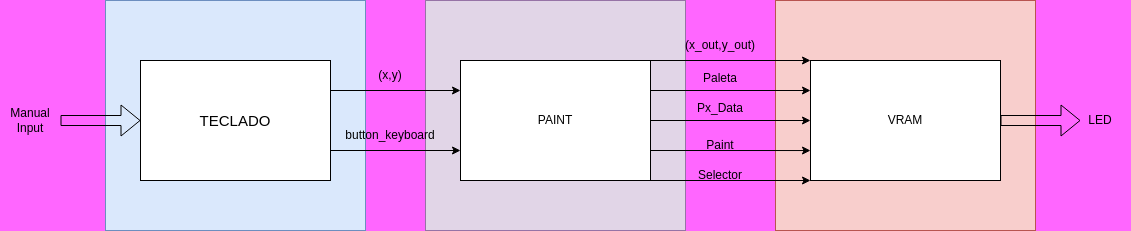
safehehe/PTSD1 keeps this draw.io diagram as retro_paint/diagrams/distribucion.png. Above is the earlier version. Source tidied: cells renumbered, new cells last; positions are measured from the earlier drawing's top-left corner, leaving out a move shared by most shapes.
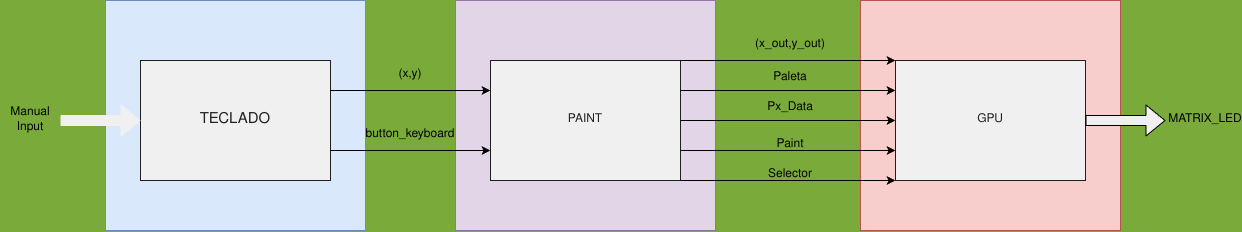
Later version of the same file.

Diff of the diagram source:
```diff
@@ -1,4 +1,4 @@
-<mxGraphModel background="#FF66FF">
+<mxGraphModel background="#7AAB3A">
   <root>
     <mxCell id="0" />
     <mxCell id="1" parent="0" />
@@ -6,86 +6,78 @@
       <mxGeometry x="425" width="260" height="230" as="geometry" />
     </mxCell>
     <mxCell id="3" style="rounded=0;whiteSpace=wrap;html=1;fillColor=#f8cecc;strokeColor=#b85450;" parent="1" vertex="1">
-      <mxGeometry x="775" width="260" height="230" as="geometry" />
+      <mxGeometry x="830" width="260" height="230" as="geometry" />
     </mxCell>
     <mxCell id="4" style="rounded=0;whiteSpace=wrap;html=1;fillColor=#dae8fc;strokeColor=#6c8ebf;" parent="1" vertex="1">
-      <mxGeometry x="105" width="260" height="230" as="geometry" />
+      <mxGeometry x="75" width="260" height="230" as="geometry" />
     </mxCell>
-    <mxCell id="5" value="&lt;font style=&quot;font-size: 15px;&quot;&gt;TECLADO&lt;/font&gt;" style="rounded=0;whiteSpace=wrap;html=1;" parent="1" vertex="1">
-      <mxGeometry x="140" y="60" width="190" height="120" as="geometry" />
+    <mxCell id="5" value="&lt;font style=&quot;font-size: 15px;&quot;&gt;TECLADO&lt;/font&gt;" style="rounded=0;whiteSpace=wrap;html=1;fillColor=#F0F0F0;fontColor=#1F1F1F;strokeColor=#1F1F1F;" parent="1" vertex="1">
+      <mxGeometry x="110" y="60" width="190" height="120" as="geometry" />
     </mxCell>
-    <mxCell id="6" value="PAINT" style="rounded=0;whiteSpace=wrap;html=1;" parent="1" vertex="1">
+    <mxCell id="6" value="PAINT" style="rounded=0;whiteSpace=wrap;html=1;fontColor=#1F1F1F;fillColor=#F0F0F0;strokeColor=#1F1F1F;" parent="1" vertex="1">
       <mxGeometry x="460" y="60" width="190" height="120" as="geometry" />
     </mxCell>
-    <mxCell id="7" value="VRAM" style="rounded=0;whiteSpace=wrap;html=1;" parent="1" vertex="1">
-      <mxGeometry x="810" y="60" width="190" height="120" as="geometry" />
+    <mxCell id="7" value="GPU" style="rounded=0;whiteSpace=wrap;html=1;fontColor=#1F1F1F;fillColor=#F0F0F0;strokeColor=#1F1F1F;" parent="1" vertex="1">
+      <mxGeometry x="865" y="60" width="190" height="120" as="geometry" />
     </mxCell>
-    <mxCell id="8" style="edgeStyle=none;html=1;entryX=0;entryY=0.5;entryDx=0;entryDy=0;shape=flexArrow;" parent="1" edge="1" source="9" target="5">
+    <mxCell id="8" style="edgeStyle=none;html=1;entryX=0;entryY=0.5;entryDx=0;entryDy=0;shape=flexArrow;fillColor=#F0F0F0;strokeColor=#F0F0F0;" parent="1" edge="1" source="9" target="5">
       <mxGeometry relative="1" as="geometry" />
     </mxCell>
     <mxCell id="9" value="Manual Input" style="text;html=1;align=center;verticalAlign=middle;whiteSpace=wrap;rounded=0;" parent="1" vertex="1">
-      <mxGeometry y="105" width="60" height="30" as="geometry" />
+      <mxGeometry x="-30" y="105" width="60" height="30" as="geometry" />
     </mxCell>
-    <mxCell id="10" style="endArrow=classic;html=1;entryX=0;entryY=0.25;entryDx=0;entryDy=0;" parent="1" edge="1" target="6">
-      <mxGeometry relative="1" as="geometry">
-        <mxPoint x="330" y="90" as="sourcePoint" />
-      </mxGeometry>
+    <mxCell id="10" style="endArrow=classic;html=1;entryX=0;entryY=0.25;entryDx=0;entryDy=0;exitX=1;exitY=0.25;exitDx=0;exitDy=0;" parent="1" edge="1" source="5" target="6">
+      <mxGeometry relative="1" as="geometry" />
     </mxCell>
     <mxCell id="11" value="(x,y)" style="text;html=1;align=center;verticalAlign=middle;whiteSpace=wrap;rounded=0;" parent="1" vertex="1">
-      <mxGeometry x="360" y="60" width="60" height="30" as="geometry" />
+      <mxGeometry x="350" y="60" width="60" height="30" as="geometry" />
     </mxCell>
-    <mxCell id="12" style="endArrow=classic;html=1;entryX=0;entryY=0.75;entryDx=0;entryDy=0;" parent="1" edge="1" target="6">
-      <mxGeometry relative="1" as="geometry">
-        <mxPoint x="330" y="150" as="sourcePoint" />
-      </mxGeometry>
+    <mxCell id="12" style="endArrow=classic;html=1;entryX=0;entryY=0.75;entryDx=0;entryDy=0;exitX=1;exitY=0.75;exitDx=0;exitDy=0;" parent="1" edge="1" source="5" target="6">
+      <mxGeometry relative="1" as="geometry" />
     </mxCell>
     <mxCell id="13" value="button_keyboard" style="text;html=1;align=center;verticalAlign=middle;whiteSpace=wrap;rounded=0;" parent="1" vertex="1">
-      <mxGeometry x="360" y="120" width="60" height="30" as="geometry" />
+      <mxGeometry x="350" y="120" width="60" height="30" as="geometry" />
     </mxCell>
-    <mxCell id="14" style="endArrow=classic;html=1;entryX=0;entryY=0.25;entryDx=0;entryDy=0;" parent="1" edge="1">
+    <mxCell id="14" style="endArrow=classic;html=1;entryX=0;entryY=0;entryDx=0;entryDy=0;" parent="1" edge="1" target="7">
       <mxGeometry relative="1" as="geometry">
         <mxPoint x="650" y="60" as="sourcePoint" />
-        <mxPoint x="810" y="60" as="targetPoint" />
       </mxGeometry>
     </mxCell>
     <mxCell id="15" value="(x_out,y_out)" style="text;html=1;align=center;verticalAlign=middle;whiteSpace=wrap;rounded=0;" parent="1" vertex="1">
-      <mxGeometry x="690" y="30" width="60" height="30" as="geometry" />
+      <mxGeometry x="730" y="30" width="60" height="30" as="geometry" />
     </mxCell>
-    <mxCell id="16" style="endArrow=classic;html=1;entryX=0;entryY=0.5;entryDx=0;entryDy=0;" parent="1" edge="1">
+    <mxCell id="16" style="endArrow=classic;html=1;entryX=0;entryY=0.25;entryDx=0;entryDy=0;" parent="1" edge="1" target="7">
       <mxGeometry relative="1" as="geometry">
         <mxPoint x="650" y="90" as="sourcePoint" />
-        <mxPoint x="810" y="90" as="targetPoint" />
       </mxGeometry>
     </mxCell>
     <mxCell id="17" value="Paleta&lt;div&gt;&lt;br&gt;&lt;/div&gt;" style="text;html=1;align=center;verticalAlign=middle;whiteSpace=wrap;rounded=0;" parent="1" vertex="1">
-      <mxGeometry x="690" y="70" width="60" height="30" as="geometry" />
+      <mxGeometry x="730" y="70" width="60" height="30" as="geometry" />
     </mxCell>
-    <mxCell id="18" style="endArrow=classic;html=1;entryX=0;entryY=0.75;entryDx=0;entryDy=0;" parent="1" edge="1">
+    <mxCell id="18" style="endArrow=classic;html=1;" parent="1" edge="1" target="7">
       <mxGeometry relative="1" as="geometry">
         <mxPoint x="650" y="120" as="sourcePoint" />
-        <mxPoint x="810" y="120" as="targetPoint" />
       </mxGeometry>
     </mxCell>
     <mxCell id="19" value="Px_Data&lt;div&gt;&lt;br&gt;&lt;/div&gt;" style="text;html=1;align=center;verticalAlign=middle;whiteSpace=wrap;rounded=0;" parent="1" vertex="1">
-      <mxGeometry x="690" y="100" width="60" height="30" as="geometry" />
+      <mxGeometry x="730" y="100" width="60" height="30" as="geometry" />
     </mxCell>
-    <mxCell id="20" style="endArrow=classic;html=1;entryX=0;entryY=0.917;entryDx=0;entryDy=0;entryPerimeter=0;" parent="1" edge="1">
+    <mxCell id="20" style="endArrow=classic;html=1;entryX=0;entryY=0.75;entryDx=0;entryDy=0;" parent="1" edge="1" target="7">
       <mxGeometry relative="1" as="geometry">
         <mxPoint x="650" y="150" as="sourcePoint" />
-        <mxPoint x="810" y="150" as="targetPoint" />
       </mxGeometry>
     </mxCell>
     <mxCell id="21" value="Paint" style="text;html=1;align=center;verticalAlign=middle;whiteSpace=wrap;rounded=0;" parent="1" vertex="1">
-      <mxGeometry x="690" y="130" width="60" height="30" as="geometry" />
+      <mxGeometry x="730" y="130" width="60" height="30" as="geometry" />
     </mxCell>
-    <mxCell id="22" style="shape=flexArrow;endArrow=classic;html=1;" parent="1" edge="1">
+    <mxCell id="22" style="shape=flexArrow;endArrow=classic;html=1;fillColor=#F0F0F0;" parent="1" edge="1">
       <mxGeometry relative="1" as="geometry">
-        <mxPoint x="1000" y="120" as="sourcePoint" />
-        <mxPoint x="1080" y="120" as="targetPoint" />
+        <mxPoint x="1055" y="120" as="sourcePoint" />
+        <mxPoint x="1135" y="120" as="targetPoint" />
       </mxGeometry>
     </mxCell>
-    <mxCell id="23" value="LED" style="text;html=1;align=center;verticalAlign=middle;whiteSpace=wrap;rounded=0;" parent="1" vertex="1">
-      <mxGeometry x="1070" y="105" width="60" height="30" as="geometry" />
+    <mxCell id="23" value="MATRIX_LED" style="text;html=1;align=center;verticalAlign=middle;whiteSpace=wrap;rounded=0;" parent="1" vertex="1">
+      <mxGeometry x="1145" y="105" width="60" height="30" as="geometry" />
     </mxCell>
     <mxCell id="24" style="endArrow=classic;html=1;entryX=0;entryY=1;entryDx=0;entryDy=0;" parent="1" edge="1" target="7">
       <mxGeometry relative="1" as="geometry">
@@ -93,7 +85,7 @@
       </mxGeometry>
     </mxCell>
     <mxCell id="25" value="Selector" style="text;html=1;align=center;verticalAlign=middle;whiteSpace=wrap;rounded=0;" parent="1" vertex="1">
-      <mxGeometry x="690" y="160" width="60" height="30" as="geometry" />
+      <mxGeometry x="730" y="160" width="60" height="30" as="geometry" />
     </mxCell>
   </root>
 </mxGraphModel>
```
